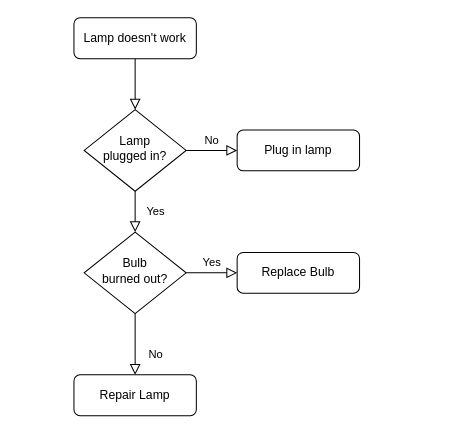
Before: Shell/Untitled Diagram.drawio in ATSU3/FabLab, a draw.io diagram. Source tidied: cells renumbered, new cells numbered last; positions are measured from the earlier drawing's top-left corner, leaving out a move shared by most shapes. Both pictures are drawn from the tidied source at 102%, with x=0, y=0 at pixel (73, 17).
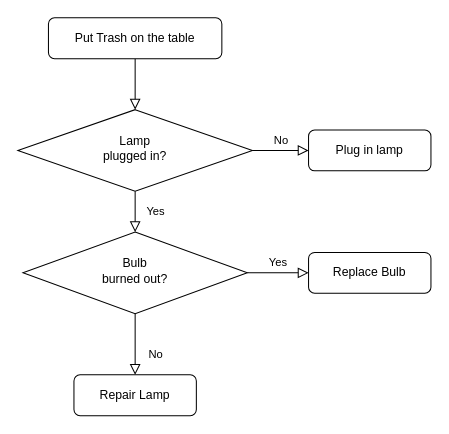
The same page after the edit.

Change to the diagram source:
```diff
@@
 <mxGraphModel>
   <root>
     <mxCell id="0" />
     <mxCell id="1" parent="0" />
     <mxCell id="2" style="rounded=0;html=1;jettySize=auto;fontSize=11;endArrow=block;endFill=0;endSize=8;strokeWidth=1;shadow=0;labelBackgroundColor=none;edgeStyle=orthogonalEdgeStyle;" parent="1" edge="1" source="3" target="6">
       <mxGeometry relative="1" as="geometry" />
     </mxCell>
-    <mxCell id="3" value="Lamp doesn't work" style="rounded=1;whiteSpace=wrap;html=1;fontSize=12;glass=0;strokeWidth=1;shadow=0;" parent="1" vertex="1">
-      <mxGeometry width="120" height="40" as="geometry" />
+    <mxCell id="3" value="Put Trash on the table" style="rounded=1;whiteSpace=wrap;html=1;fontSize=12;glass=0;strokeWidth=1;shadow=0;" parent="1" vertex="1">
+      <mxGeometry x="-25" width="170" height="40" as="geometry" />
     </mxCell>
     <mxCell id="4" value="Yes" style="rounded=0;html=1;jettySize=auto;fontSize=11;endArrow=block;endFill=0;endSize=8;strokeWidth=1;shadow=0;labelBackgroundColor=none;edgeStyle=orthogonalEdgeStyle;" parent="1" edge="1" source="6" target="10">
       <mxGeometry y="20" relative="1" as="geometry" />
     </mxCell>
     <mxCell id="5" value="No" style="edgeStyle=orthogonalEdgeStyle;rounded=0;html=1;jettySize=auto;fontSize=11;endArrow=block;endFill=0;endSize=8;strokeWidth=1;shadow=0;labelBackgroundColor=none;" parent="1" edge="1" source="6" target="7">
       <mxGeometry y="10" relative="1" as="geometry" />
     </mxCell>
     <mxCell id="6" value="Lamp&lt;br&gt;plugged in?" style="rhombus;whiteSpace=wrap;html=1;shadow=0;fontFamily=Helvetica;fontSize=12;align=center;strokeWidth=1;spacing=6;spacingTop=-4;" parent="1" vertex="1">
-      <mxGeometry x="10" y="90" width="100" height="80" as="geometry" />
+      <mxGeometry x="-55" y="90" width="230" height="80" as="geometry" />
     </mxCell>
     <mxCell id="7" value="Plug in lamp" style="rounded=1;whiteSpace=wrap;html=1;fontSize=12;glass=0;strokeWidth=1;shadow=0;" parent="1" vertex="1">
-      <mxGeometry x="160" y="110" width="120" height="40" as="geometry" />
+      <mxGeometry x="230" y="110" width="120" height="40" as="geometry" />
     </mxCell>
     <mxCell id="8" value="No" style="rounded=0;html=1;jettySize=auto;fontSize=11;endArrow=block;endFill=0;endSize=8;strokeWidth=1;shadow=0;labelBackgroundColor=none;edgeStyle=orthogonalEdgeStyle;" parent="1" edge="1" source="10" target="11">
       <mxGeometry x="0.33" y="20" relative="1" as="geometry" />
     </mxCell>
     <mxCell id="9" value="Yes" style="edgeStyle=orthogonalEdgeStyle;rounded=0;html=1;jettySize=auto;fontSize=11;endArrow=block;endFill=0;endSize=8;strokeWidth=1;shadow=0;labelBackgroundColor=none;" parent="1" edge="1" source="10" target="12">
       <mxGeometry y="10" relative="1" as="geometry" />
     </mxCell>
     <mxCell id="10" value="Bulb&lt;br&gt;burned out?" style="rhombus;whiteSpace=wrap;html=1;shadow=0;fontFamily=Helvetica;fontSize=12;align=center;strokeWidth=1;spacing=6;spacingTop=-4;" parent="1" vertex="1">
-      <mxGeometry x="10" y="210" width="100" height="80" as="geometry" />
+      <mxGeometry x="-50" y="210" width="220" height="80" as="geometry" />
     </mxCell>
     <mxCell id="11" value="Repair Lamp" style="rounded=1;whiteSpace=wrap;html=1;fontSize=12;glass=0;strokeWidth=1;shadow=0;" parent="1" vertex="1">
       <mxGeometry y="350" width="120" height="40" as="geometry" />
     </mxCell>
     <mxCell id="12" value="Replace Bulb" style="rounded=1;whiteSpace=wrap;html=1;fontSize=12;glass=0;strokeWidth=1;shadow=0;" parent="1" vertex="1">
-      <mxGeometry x="160" y="230" width="120" height="40" as="geometry" />
+      <mxGeometry x="230" y="230" width="120" height="40" as="geometry" />
     </mxCell>
   </root>
 </mxGraphModel>
```
